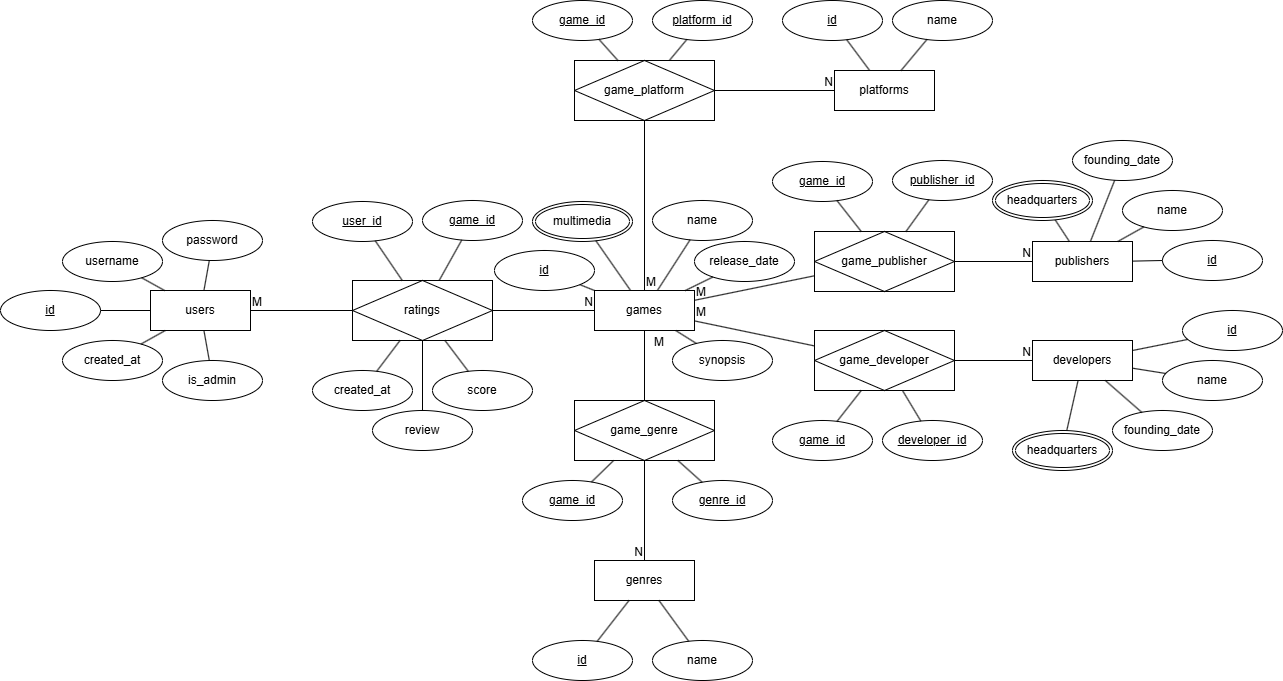
Before: docs/Entity Relationship Diagram.png, a diagram exported from draw.io (billdansr/sweet-potato). Source tidied: cells renumbered, new cells last; positions are measured from the earlier drawing's top-left corner, leaving out a move shared by most shapes.
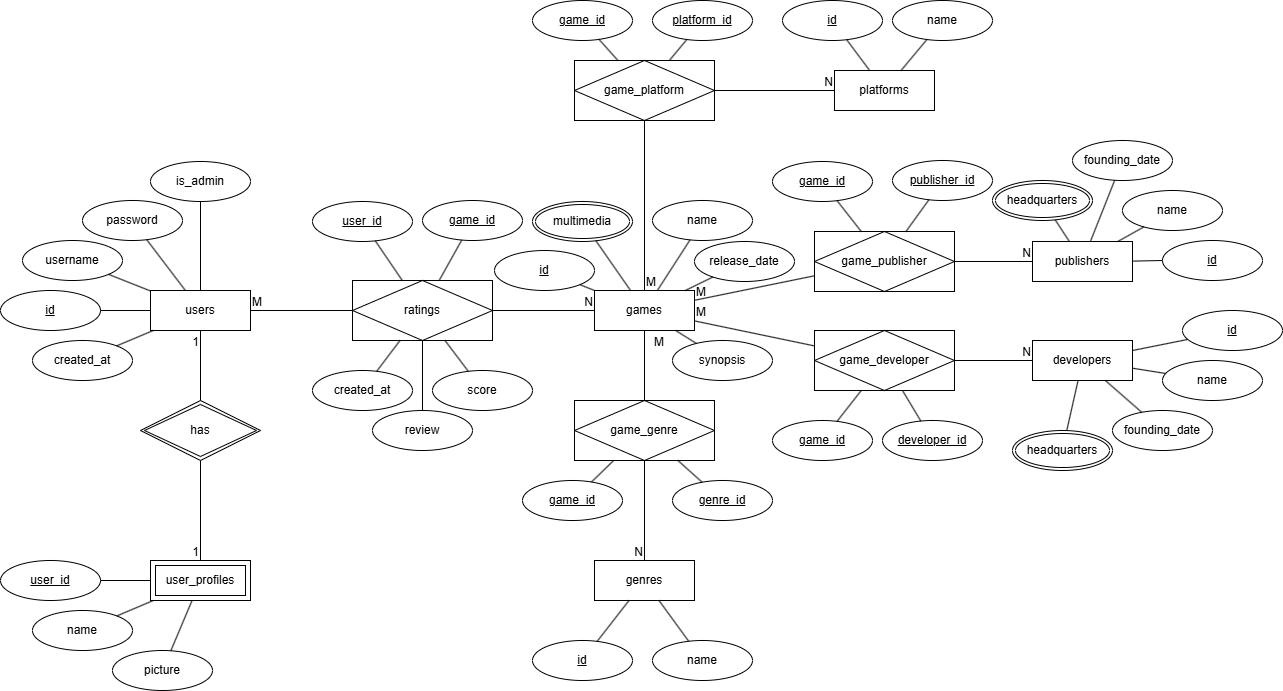
After the change.

Diff of the diagram source:
```diff
@@ -33,13 +33,13 @@
       <mxGeometry x="494" y="250" width="100" height="40" as="geometry" />
     </mxCell>
     <mxCell id="12" value="password" style="ellipse;whiteSpace=wrap;html=1;align=center;" parent="1" vertex="1">
-      <mxGeometry x="162" y="220" width="100" height="40" as="geometry" />
+      <mxGeometry x="82" y="200" width="100" height="40" as="geometry" />
     </mxCell>
     <mxCell id="13" value="created_at" style="ellipse;whiteSpace=wrap;html=1;align=center;" parent="1" vertex="1">
       <mxGeometry x="312" y="370" width="100" height="40" as="geometry" />
     </mxCell>
     <mxCell id="14" value="created_at" style="ellipse;whiteSpace=wrap;html=1;align=center;" parent="1" vertex="1">
-      <mxGeometry x="62" y="340" width="100" height="40" as="geometry" />
+      <mxGeometry x="32" y="340" width="100" height="40" as="geometry" />
     </mxCell>
     <mxCell id="15" value="user_id" style="ellipse;whiteSpace=wrap;html=1;align=center;fontStyle=4;" parent="1" vertex="1">
       <mxGeometry x="312" y="201" width="100" height="40" as="geometry" />
@@ -260,13 +260,13 @@
       <mxGeometry relative="1" as="geometry" />
     </mxCell>
     <mxCell id="86" value="username" style="ellipse;whiteSpace=wrap;html=1;align=center;" parent="1" vertex="1">
-      <mxGeometry x="62" y="241" width="100" height="40" as="geometry" />
+      <mxGeometry x="22" y="240" width="100" height="40" as="geometry" />
     </mxCell>
     <mxCell id="87" style="endArrow=none;html=1;rounded=0;" parent="1" edge="1" source="86" target="2">
       <mxGeometry relative="1" as="geometry" />
     </mxCell>
     <mxCell id="88" value="is_admin" style="ellipse;whiteSpace=wrap;html=1;align=center;" parent="1" vertex="1">
-      <mxGeometry x="162" y="360" width="100" height="40" as="geometry" />
+      <mxGeometry x="150" y="161" width="100" height="40" as="geometry" />
     </mxCell>
     <mxCell id="89" style="endArrow=none;html=1;rounded=0;" parent="1" edge="1" source="88" target="2">
       <mxGeometry relative="1" as="geometry" />
@@ -328,5 +328,43 @@
     <mxCell id="108" style="endArrow=none;html=1;rounded=0;" parent="1" edge="1" source="107" target="3">
       <mxGeometry relative="1" as="geometry" />
     </mxCell>
+    <mxCell id="109" value="has" style="shape=rhombus;double=1;perimeter=rhombusPerimeter;whiteSpace=wrap;html=1;align=center;" parent="1" vertex="1">
+      <mxGeometry x="140" y="400" width="120" height="60" as="geometry" />
+    </mxCell>
+    <mxCell id="110" value="user_profiles" style="shape=ext;margin=3;double=1;whiteSpace=wrap;html=1;align=center;" parent="1" vertex="1">
+      <mxGeometry x="150" y="560" width="100" height="40" as="geometry" />
+    </mxCell>
+    <mxCell id="111" style="endArrow=none;html=1;rounded=0;" parent="1" edge="1" source="109" target="110">
+      <mxGeometry relative="1" as="geometry" />
+    </mxCell>
+    <mxCell id="112" value="1" style="html=1;whiteSpace=wrap;align=right;verticalAlign=bottom;" parent="111" vertex="1">
+      <mxGeometry x="1" relative="1" as="geometry" />
+    </mxCell>
+    <mxCell id="113" style="endArrow=none;html=1;rounded=0;" parent="1" edge="1" source="109" target="2">
+      <mxGeometry relative="1" as="geometry" />
+    </mxCell>
+    <mxCell id="114" value="1" style="html=1;whiteSpace=wrap;align=right;verticalAlign=bottom;" parent="113" vertex="1">
+      <mxGeometry x="1" relative="1" as="geometry">
+        <mxPoint y="20" as="offset" />
+      </mxGeometry>
+    </mxCell>
+    <mxCell id="115" value="user_id" style="ellipse;whiteSpace=wrap;html=1;align=center;fontStyle=4;" parent="1" vertex="1">
+      <mxGeometry y="560" width="100" height="40" as="geometry" />
+    </mxCell>
+    <mxCell id="116" style="endArrow=none;html=1;rounded=0;" parent="1" edge="1" source="110" target="115">
+      <mxGeometry relative="1" as="geometry" />
+    </mxCell>
+    <mxCell id="117" value="name" style="ellipse;whiteSpace=wrap;html=1;align=center;" parent="1" vertex="1">
+      <mxGeometry x="32" y="610" width="100" height="40" as="geometry" />
+    </mxCell>
+    <mxCell id="118" style="endArrow=none;html=1;rounded=0;" parent="1" edge="1" source="110" target="117">
+      <mxGeometry relative="1" as="geometry" />
+    </mxCell>
+    <mxCell id="119" value="picture" style="ellipse;whiteSpace=wrap;html=1;align=center;" parent="1" vertex="1">
+      <mxGeometry x="112" y="650" width="100" height="40" as="geometry" />
+    </mxCell>
+    <mxCell id="120" style="endArrow=none;html=1;rounded=0;" parent="1" edge="1" source="110" target="119">
+      <mxGeometry relative="1" as="geometry" />
+    </mxCell>
   </root>
 </mxGraphModel>
```
